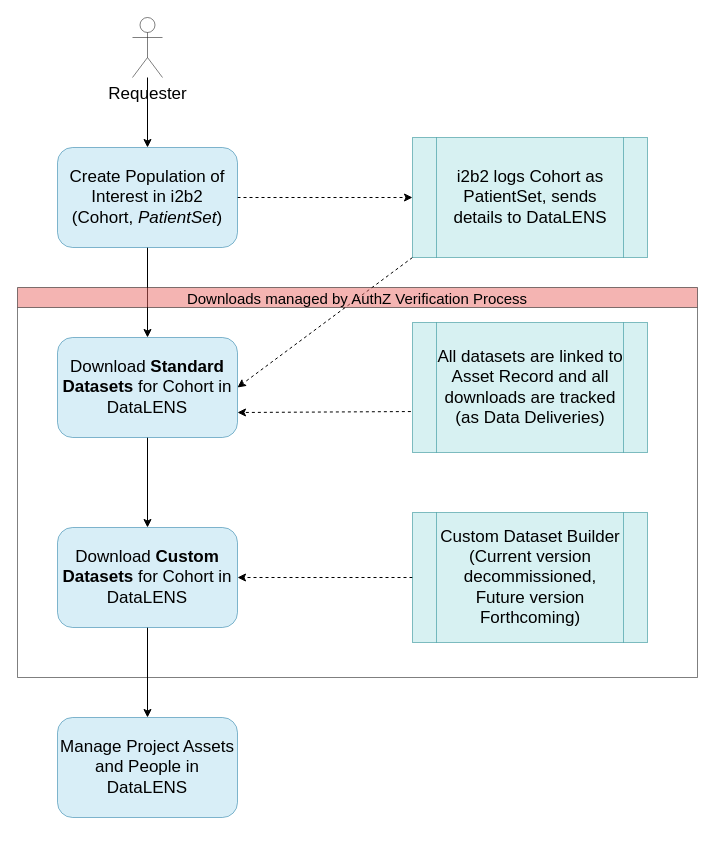
Above: page "Self-Service Workflow" (4 of 7) of Clinical Data Request.drawio in ntimkovich/UAB-II-Diagrams (draw.io), before the change. Source tidied: cells renumbered, new cells numbered last; positions are measured from the earlier drawing's top-left corner, leaving out a move shared by most shapes. Both pictures are drawn from the tidied source at 100%, with x=0, y=0 at pixel (17, 17).
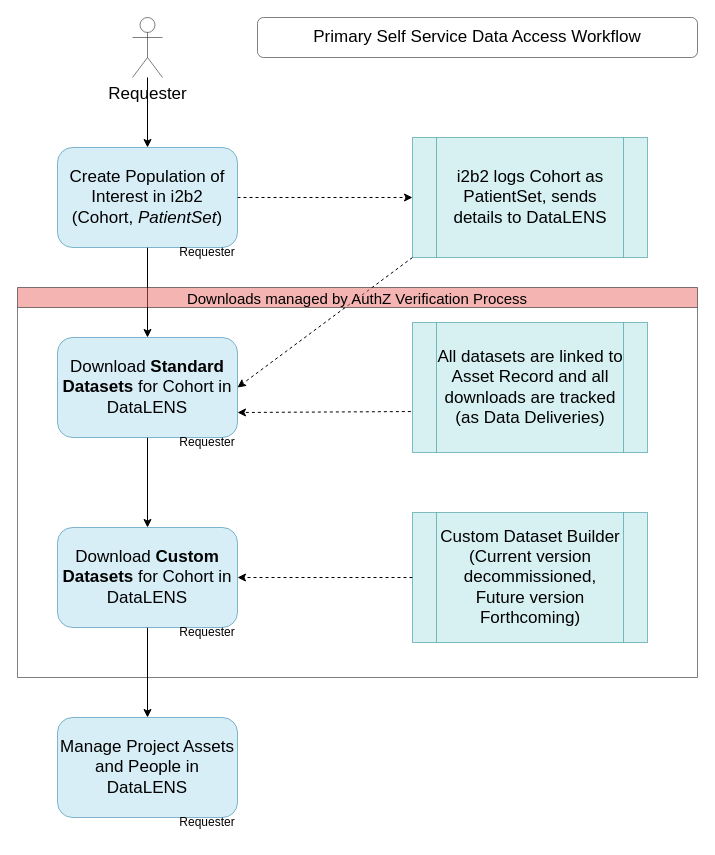
The same diagram, later.

Unchanged cells that the change refers to:
```xml
<mxCell id="18" value="Downloads managed by AuthZ Verification Process" style="swimlane;startSize=20;fillStyle=solid;fontSize=15;fontColor=#000000;strokeColor=default;fillColor=#EA6B66;opacity=50;fontStyle=0;" parent="1" vertex="1">
  <mxGeometry y="270" width="680" height="390" as="geometry" />
</mxCell>
```

Change to the diagram source:
```diff
@@
+    <mxCell id="19" value="Requester" style="text;html=1;strokeColor=none;fillColor=none;align=center;verticalAlign=middle;whiteSpace=wrap;rounded=0;" parent="18" vertex="1">
+      <mxGeometry x="160" y="330" width="60" height="30" as="geometry" />
+    </mxCell>
+    <mxCell id="20" value="Primary Self Service Data Access Workflow" style="text;html=1;align=center;verticalAlign=middle;whiteSpace=wrap;rounded=1;fontSize=17;opacity=50;strokeColor=default;fillColor=#FFFFFF;fillStyle=solid;shadow=0;sketch=0;glass=0;" parent="1" vertex="1">
+      <mxGeometry x="240" width="440" height="40" as="geometry" />
+    </mxCell>
+    <mxCell id="21" value="Requester" style="text;html=1;strokeColor=none;fillColor=none;align=center;verticalAlign=middle;whiteSpace=wrap;rounded=0;" parent="1" vertex="1">
+      <mxGeometry x="160" y="410" width="60" height="30" as="geometry" />
+    </mxCell>
+    <mxCell id="22" value="Requester" style="text;html=1;strokeColor=none;fillColor=none;align=center;verticalAlign=middle;whiteSpace=wrap;rounded=0;" parent="1" vertex="1">
+      <mxGeometry x="160" y="220" width="60" height="30" as="geometry" />
+    </mxCell>
+    <mxCell id="23" value="Requester" style="text;html=1;strokeColor=none;fillColor=none;align=center;verticalAlign=middle;whiteSpace=wrap;rounded=0;" parent="1" vertex="1">
+      <mxGeometry x="160" y="790" width="60" height="30" as="geometry" />
+    </mxCell>
```
